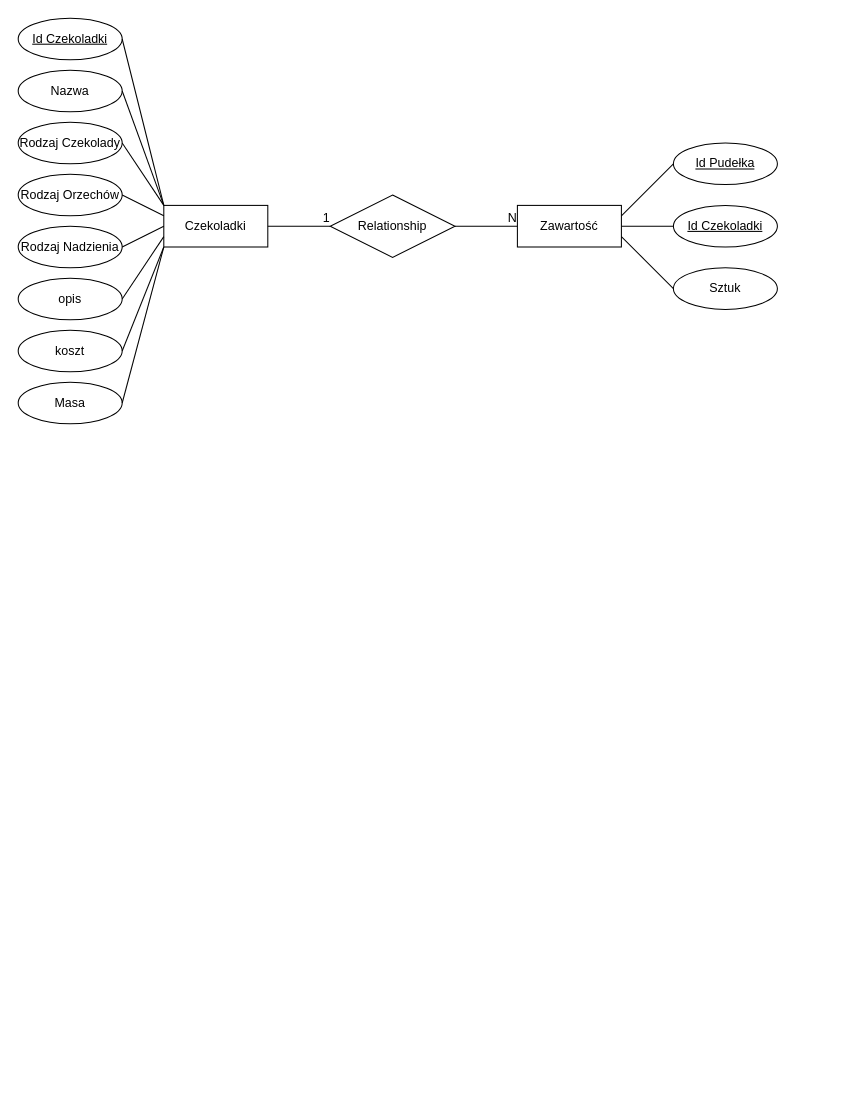
Before: Untitled Diagram.drawio in MajKru0/database, a draw.io diagram. Source tidied: cells renumbered, new cells numbered last; positions are measured from the earlier drawing's top-left corner, leaving out a move shared by most shapes. Both pictures are drawn from the tidied source at 104%, with x=0, y=0 at pixel (18, 18).
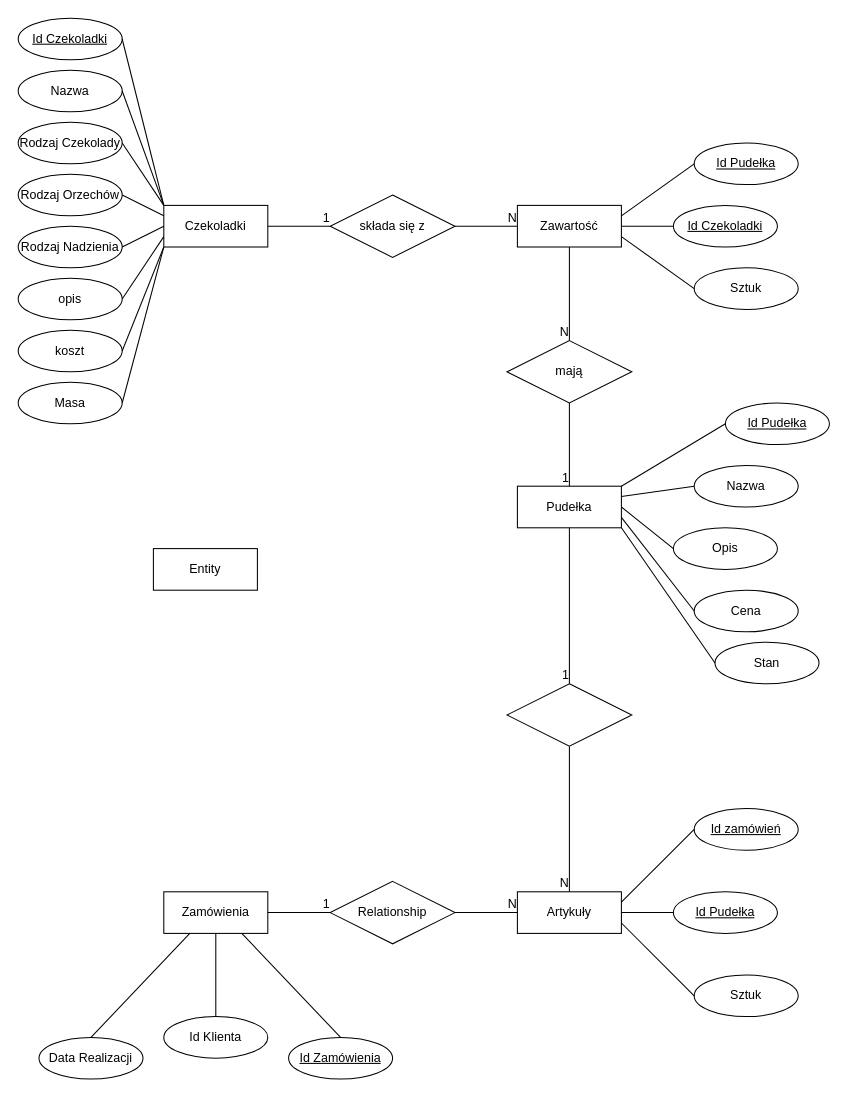
Above is the later version.

Unchanged cells that the change refers to:
```xml
<mxCell id="12" value="Zawartość" style="whiteSpace=wrap;html=1;align=center;" parent="1" vertex="1">
  <mxGeometry x="480" y="180" width="100" height="40" as="geometry" />
</mxCell>
```

Diff of the diagram source:
```diff
@@
-    <mxCell id="11" value="Relationship" style="shape=rhombus;perimeter=rhombusPerimeter;whiteSpace=wrap;html=1;align=center;" parent="1" vertex="1">
+    <mxCell id="11" value="składa się z" style="shape=rhombus;perimeter=rhombusPerimeter;whiteSpace=wrap;html=1;align=center;" parent="1" vertex="1">
       <mxGeometry x="300" y="170" width="120" height="60" as="geometry" />
     </mxCell>
@@
     <mxCell id="13" value="Id Pudełka" style="ellipse;whiteSpace=wrap;html=1;align=center;fontStyle=4;" parent="1" vertex="1">
-      <mxGeometry x="630" y="120" width="100" height="40" as="geometry" />
+      <mxGeometry x="650" y="120" width="100" height="40" as="geometry" />
     </mxCell>
@@
     <mxCell id="27" value="Sztuk" style="ellipse;whiteSpace=wrap;html=1;align=center;" parent="1" vertex="1">
-      <mxGeometry x="630" y="240" width="100" height="40" as="geometry" />
+      <mxGeometry x="650" y="240" width="100" height="40" as="geometry" />
     </mxCell>
@@
+    <mxCell id="31" value="Pudełka" style="whiteSpace=wrap;html=1;align=center;" parent="1" vertex="1">
+      <mxGeometry x="480" y="450" width="100" height="40" as="geometry" />
+    </mxCell>
+    <mxCell id="32" value="Id Pudełka" style="ellipse;whiteSpace=wrap;html=1;align=center;fontStyle=4;" parent="1" vertex="1">
+      <mxGeometry x="680" y="370" width="100" height="40" as="geometry" />
+    </mxCell>
+    <mxCell id="33" value="Nazwa" style="ellipse;whiteSpace=wrap;html=1;align=center;" parent="1" vertex="1">
+      <mxGeometry x="650" y="430" width="100" height="40" as="geometry" />
+    </mxCell>
+    <mxCell id="34" value="Opis" style="ellipse;whiteSpace=wrap;html=1;align=center;" parent="1" vertex="1">
+      <mxGeometry x="630" y="490" width="100" height="40" as="geometry" />
+    </mxCell>
+    <mxCell id="35" value="Cena" style="ellipse;whiteSpace=wrap;html=1;align=center;" parent="1" vertex="1">
+      <mxGeometry x="650" y="550" width="100" height="40" as="geometry" />
+    </mxCell>
+    <mxCell id="36" value="Stan" style="ellipse;whiteSpace=wrap;html=1;align=center;" parent="1" vertex="1">
+      <mxGeometry x="670" y="600" width="100" height="40" as="geometry" />
+    </mxCell>
+    <mxCell id="37" value="mają" style="shape=rhombus;perimeter=rhombusPerimeter;whiteSpace=wrap;html=1;align=center;" parent="1" vertex="1">
+      <mxGeometry x="470" y="310" width="120" height="60" as="geometry" />
+    </mxCell>
+    <mxCell id="38" style="endArrow=none;html=1;rounded=0;entryX=0;entryY=0.5;entryDx=0;entryDy=0;exitX=1;exitY=0;exitDx=0;exitDy=0;" parent="1" edge="1" source="31" target="32">
+      <mxGeometry relative="1" as="geometry" />
+    </mxCell>
+    <mxCell id="39" style="endArrow=none;html=1;rounded=0;entryX=0;entryY=0.5;entryDx=0;entryDy=0;exitX=1;exitY=0.25;exitDx=0;exitDy=0;" parent="1" edge="1" source="31" target="33">
+      <mxGeometry relative="1" as="geometry" />
+    </mxCell>
+    <mxCell id="40" style="endArrow=none;html=1;rounded=0;entryX=0;entryY=0.5;entryDx=0;entryDy=0;exitX=1;exitY=0.5;exitDx=0;exitDy=0;" parent="1" edge="1" source="31" target="34">
+      <mxGeometry relative="1" as="geometry" />
+    </mxCell>
+    <mxCell id="41" style="endArrow=none;html=1;rounded=0;entryX=0;entryY=0.5;entryDx=0;entryDy=0;exitX=1;exitY=0.75;exitDx=0;exitDy=0;" parent="1" edge="1" source="31" target="35">
+      <mxGeometry relative="1" as="geometry" />
+    </mxCell>
+    <mxCell id="42" style="endArrow=none;html=1;rounded=0;entryX=0;entryY=0.5;entryDx=0;entryDy=0;exitX=1;exitY=1;exitDx=0;exitDy=0;" parent="1" edge="1" source="31" target="36">
+      <mxGeometry relative="1" as="geometry" />
+    </mxCell>
+    <mxCell id="43" style="endArrow=none;html=1;rounded=0;entryX=0.5;entryY=0;entryDx=0;entryDy=0;exitX=0.5;exitY=1;exitDx=0;exitDy=0;" parent="1" edge="1" source="12" target="37">
+      <mxGeometry relative="1" as="geometry" />
+    </mxCell>
+    <mxCell id="44" value="N" style="html=1;align=right;verticalAlign=bottom;" parent="43" vertex="1">
+      <mxGeometry x="1" relative="1" as="geometry" />
+    </mxCell>
+    <mxCell id="45" style="endArrow=none;html=1;rounded=0;entryX=0.5;entryY=0;entryDx=0;entryDy=0;exitX=0.5;exitY=1;exitDx=0;exitDy=0;" parent="1" edge="1" source="37" target="31">
+      <mxGeometry relative="1" as="geometry" />
+    </mxCell>
+    <mxCell id="46" value="1" style="html=1;align=right;verticalAlign=bottom;" parent="45" vertex="1">
+      <mxGeometry x="1" relative="1" as="geometry" />
+    </mxCell>
+    <mxCell id="47" value="Artykuły" style="whiteSpace=wrap;html=1;align=center;" parent="1" vertex="1">
+      <mxGeometry x="480" y="840" width="100" height="40" as="geometry" />
+    </mxCell>
+    <mxCell id="48" value="Id zamówień" style="ellipse;whiteSpace=wrap;html=1;align=center;fontStyle=4;" parent="1" vertex="1">
+      <mxGeometry x="650" y="760" width="100" height="40" as="geometry" />
+    </mxCell>
+    <mxCell id="49" value="Id Pudełka" style="ellipse;whiteSpace=wrap;html=1;align=center;fontStyle=4;" parent="1" vertex="1">
+      <mxGeometry x="630" y="840" width="100" height="40" as="geometry" />
+    </mxCell>
+    <mxCell id="50" value="Sztuk" style="ellipse;whiteSpace=wrap;html=1;align=center;" parent="1" vertex="1">
+      <mxGeometry x="650" y="920" width="100" height="40" as="geometry" />
+    </mxCell>
+    <mxCell id="51" style="endArrow=none;html=1;rounded=0;exitX=1;exitY=0.25;exitDx=0;exitDy=0;entryX=0;entryY=0.5;entryDx=0;entryDy=0;" parent="1" edge="1" source="47" target="48">
+      <mxGeometry relative="1" as="geometry" />
+    </mxCell>
+    <mxCell id="52" style="endArrow=none;html=1;rounded=0;entryX=0;entryY=0.5;entryDx=0;entryDy=0;exitX=1;exitY=0.5;exitDx=0;exitDy=0;" parent="1" edge="1" source="47" target="49">
+      <mxGeometry relative="1" as="geometry" />
+    </mxCell>
+    <mxCell id="53" style="endArrow=none;html=1;rounded=0;entryX=0;entryY=0.5;entryDx=0;entryDy=0;exitX=1;exitY=0.75;exitDx=0;exitDy=0;" parent="1" edge="1" source="47" target="50">
+      <mxGeometry relative="1" as="geometry" />
+    </mxCell>
+    <mxCell id="54" style="shape=rhombus;perimeter=rhombusPerimeter;whiteSpace=wrap;html=1;align=center;" parent="1" vertex="1">
+      <mxGeometry x="470" y="640" width="120" height="60" as="geometry" />
+    </mxCell>
+    <mxCell id="55" style="endArrow=none;html=1;rounded=0;exitX=0.5;exitY=1;exitDx=0;exitDy=0;entryX=0.5;entryY=0;entryDx=0;entryDy=0;" parent="1" edge="1" source="31" target="54">
+      <mxGeometry relative="1" as="geometry" />
+    </mxCell>
+    <mxCell id="56" value="1" style="html=1;align=right;verticalAlign=bottom;" parent="55" vertex="1">
+      <mxGeometry x="1" relative="1" as="geometry" />
+    </mxCell>
+    <mxCell id="57" style="endArrow=none;html=1;rounded=0;exitX=0.5;exitY=1;exitDx=0;exitDy=0;entryX=0.5;entryY=0;entryDx=0;entryDy=0;" parent="1" edge="1" source="54" target="47">
+      <mxGeometry relative="1" as="geometry" />
+    </mxCell>
+    <mxCell id="58" value="N" style="html=1;align=right;verticalAlign=bottom;" parent="57" vertex="1">
+      <mxGeometry x="1" relative="1" as="geometry" />
+    </mxCell>
+    <mxCell id="59" value="Zamówienia" style="whiteSpace=wrap;html=1;align=center;" parent="1" vertex="1">
+      <mxGeometry x="140" y="840" width="100" height="40" as="geometry" />
+    </mxCell>
+    <mxCell id="60" value="Id Zamówienia" style="ellipse;whiteSpace=wrap;html=1;align=center;fontStyle=4;" parent="1" vertex="1">
+      <mxGeometry x="260" y="980" width="100" height="40" as="geometry" />
+    </mxCell>
+    <mxCell id="61" value="Id Klienta" style="ellipse;whiteSpace=wrap;html=1;align=center;" parent="1" vertex="1">
+      <mxGeometry x="140" y="960" width="100" height="40" as="geometry" />
+    </mxCell>
+    <mxCell id="62" value="Data Realizacji" style="ellipse;whiteSpace=wrap;html=1;align=center;" parent="1" vertex="1">
+      <mxGeometry x="20" y="980" width="100" height="40" as="geometry" />
+    </mxCell>
+    <mxCell id="63" style="endArrow=none;html=1;rounded=0;exitX=0.5;exitY=0;exitDx=0;exitDy=0;entryX=0.75;entryY=1;entryDx=0;entryDy=0;" parent="1" edge="1" source="60" target="59">
+      <mxGeometry relative="1" as="geometry" />
+    </mxCell>
+    <mxCell id="64" style="endArrow=none;html=1;rounded=0;exitX=0.5;exitY=0;exitDx=0;exitDy=0;entryX=0.5;entryY=1;entryDx=0;entryDy=0;" parent="1" edge="1" source="61" target="59">
+      <mxGeometry relative="1" as="geometry" />
+    </mxCell>
+    <mxCell id="65" style="endArrow=none;html=1;rounded=0;exitX=0.5;exitY=0;exitDx=0;exitDy=0;entryX=0.25;entryY=1;entryDx=0;entryDy=0;" parent="1" edge="1" source="62" target="59">
+      <mxGeometry relative="1" as="geometry" />
+    </mxCell>
+    <mxCell id="66" value="Relationship" style="shape=rhombus;perimeter=rhombusPerimeter;whiteSpace=wrap;html=1;align=center;" parent="1" vertex="1">
+      <mxGeometry x="300" y="830" width="120" height="60" as="geometry" />
+    </mxCell>
+    <mxCell id="67" style="endArrow=none;html=1;rounded=0;entryX=0;entryY=0.5;entryDx=0;entryDy=0;exitX=1;exitY=0.5;exitDx=0;exitDy=0;" parent="1" edge="1" source="66" target="47">
+      <mxGeometry relative="1" as="geometry" />
+    </mxCell>
+    <mxCell id="68" value="N" style="html=1;align=right;verticalAlign=bottom;" parent="67" vertex="1">
+      <mxGeometry x="1" relative="1" as="geometry" />
+    </mxCell>
+    <mxCell id="69" style="endArrow=none;html=1;rounded=0;entryX=0;entryY=0.5;entryDx=0;entryDy=0;exitX=1;exitY=0.5;exitDx=0;exitDy=0;" parent="1" edge="1" source="59" target="66">
+      <mxGeometry relative="1" as="geometry" />
+    </mxCell>
+    <mxCell id="70" value="1" style="html=1;align=right;verticalAlign=bottom;" parent="69" vertex="1">
+      <mxGeometry x="1" relative="1" as="geometry" />
+    </mxCell>
+    <mxCell id="71" value="Entity" style="whiteSpace=wrap;html=1;align=center;" parent="1" vertex="1">
+      <mxGeometry x="130" y="510" width="100" height="40" as="geometry" />
+    </mxCell>
```
